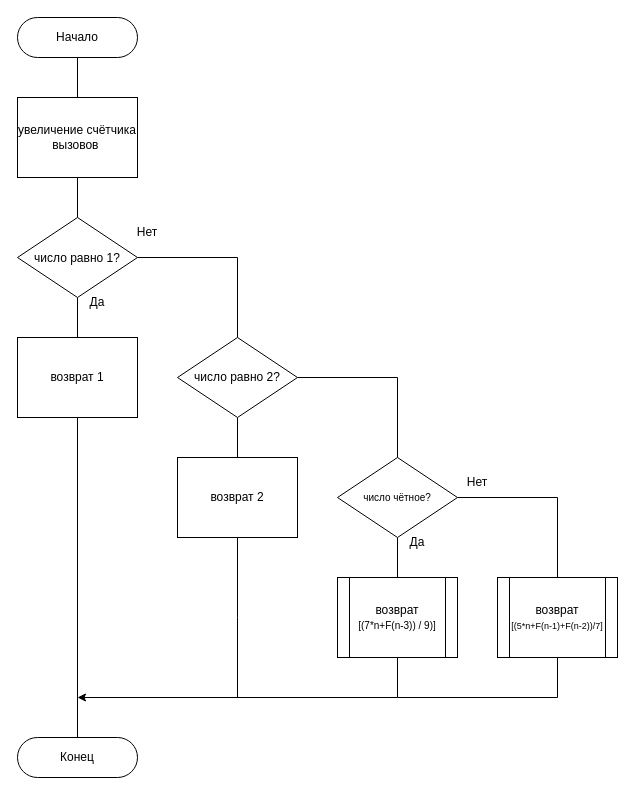
Before: отчёт/Блок схемы/recursion1.drawio in romb-rf/laba, a draw.io diagram. Source tidied: cells renumbered, new cells numbered last; positions are measured from the earlier drawing's top-left corner, leaving out a move shared by most shapes. Both pictures are drawn from the tidied source at 100%, with x=0, y=0 at pixel (17, 17).
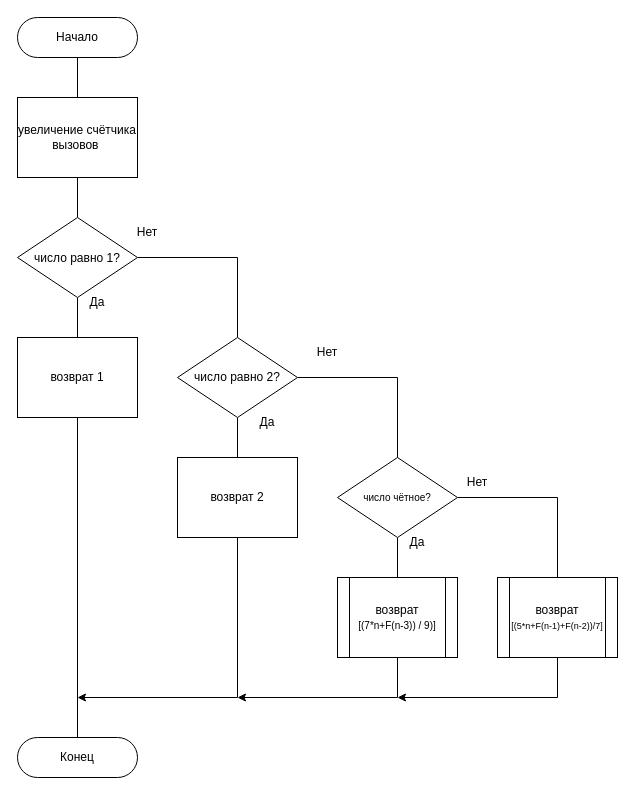
After the change.

Unchanged cells that the change refers to:
```xml
<mxCell id="14" value="возврат&lt;div&gt;&lt;font style=&quot;font-size: 10px;&quot;&gt;[(7*n+F(n-3)) / 9)]&lt;/font&gt;&lt;/div&gt;" style="shape=process;whiteSpace=wrap;html=1;backgroundOutline=1;" parent="1" vertex="1">
  <mxGeometry x="320" y="560" width="120" height="80" as="geometry" />
</mxCell>
<mxCell id="16" value="возврат&lt;div&gt;&lt;font style=&quot;font-size: 9px;&quot;&gt;[(5*n+F(n-1)+F(n-2))/7]&lt;/font&gt;&lt;/div&gt;" style="shape=process;whiteSpace=wrap;html=1;backgroundOutline=1;" parent="1" vertex="1">
  <mxGeometry x="480" y="560" width="120" height="80" as="geometry" />
</mxCell>
<mxCell id="27" value="возврат 2" style="rounded=0;whiteSpace=wrap;html=1;" parent="1" vertex="1">
  <mxGeometry x="160" y="440" width="120" height="80" as="geometry" />
</mxCell>
```

What changed in the source:
```diff
@@
-    <mxCell id="13" style="edgeStyle=orthogonalEdgeStyle;rounded=0;jettySize=auto;html=1;exitX=0.5;exitY=1;exitDx=0;exitDy=0;" parent="1" edge="1" source="14">
-      <mxGeometry relative="1" as="geometry">
-        <mxPoint x="60" y="680" as="targetPoint" />
-        <Array as="points">
-          <mxPoint x="380" y="680" />
-        </Array>
-      </mxGeometry>
-    </mxCell>
+    <mxCell id="28" style="edgeStyle=orthogonalEdgeStyle;rounded=0;jettySize=auto;html=1;exitX=0.5;exitY=1;exitDx=0;exitDy=0;" parent="1" edge="1" source="14">
+      <mxGeometry relative="1" as="geometry">
+        <mxPoint x="220" y="680" as="targetPoint" />
+        <Array as="points">
+          <mxPoint x="380" y="680" />
+        </Array>
+      </mxGeometry>
+    </mxCell>
@@
-    <mxCell id="15" style="edgeStyle=orthogonalEdgeStyle;rounded=0;jettySize=auto;html=1;exitX=0.5;exitY=1;exitDx=0;exitDy=0;endArrow=none;endFill=0;" parent="1" edge="1" source="16">
+    <mxCell id="15" style="edgeStyle=orthogonalEdgeStyle;rounded=0;jettySize=auto;html=1;exitX=0.5;exitY=1;exitDx=0;exitDy=0;endArrow=classic;endFill=1;" parent="1" edge="1" source="16">
       <mxGeometry relative="1" as="geometry">
         <mxPoint x="380" y="680" as="targetPoint" />
         <Array as="points">
           <mxPoint x="540" y="680" />
         </Array>
       </mxGeometry>
     </mxCell>
@@
-    <mxCell id="26" style="edgeStyle=orthogonalEdgeStyle;rounded=0;jettySize=auto;html=1;exitX=0.5;exitY=1;exitDx=0;exitDy=0;endArrow=none;endFill=0;" parent="1" edge="1" source="27">
+    <mxCell id="26" style="edgeStyle=orthogonalEdgeStyle;rounded=0;jettySize=auto;html=1;exitX=0.5;exitY=1;exitDx=0;exitDy=0;endArrow=classic;endFill=1;" parent="1" edge="1" source="27">
       <mxGeometry relative="1" as="geometry">
-        <mxPoint x="220" y="680" as="targetPoint" />
+        <mxPoint x="60" y="680" as="targetPoint" />
+        <Array as="points">
+          <mxPoint x="220" y="680" />
+        </Array>
       </mxGeometry>
     </mxCell>
@@
+    <mxCell id="29" value="Нет" style="text;html=1;whiteSpace=wrap;strokeColor=none;fillColor=none;align=center;verticalAlign=middle;rounded=0;" parent="1" vertex="1">
+      <mxGeometry x="280" y="320" width="60" height="30" as="geometry" />
+    </mxCell>
+    <mxCell id="30" value="Да" style="text;html=1;whiteSpace=wrap;strokeColor=none;fillColor=none;align=center;verticalAlign=middle;rounded=0;" parent="1" vertex="1">
+      <mxGeometry x="220" y="390" width="60" height="30" as="geometry" />
+    </mxCell>
```
